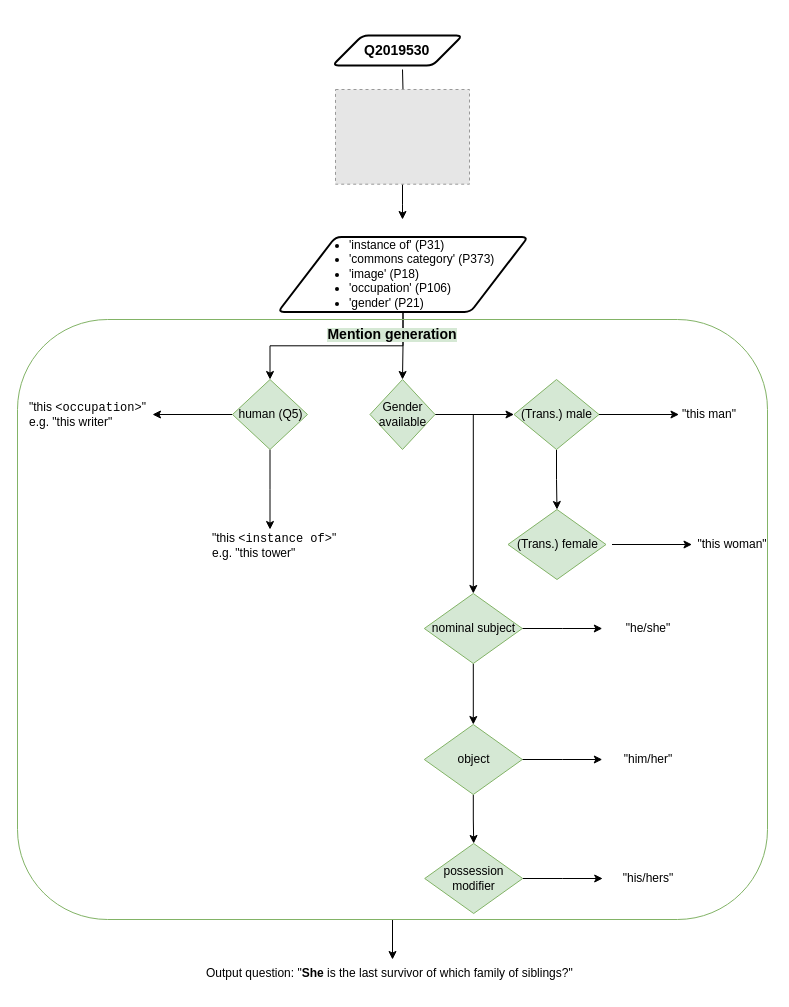
Above: figures/kilt2vqa_mentiong_gen.drawio in PaulLerner/ViQuAE (draw.io), before the change. Source tidied: cells renumbered, new cells numbered last; positions are measured from the earlier drawing's top-left corner, leaving out a move shared by most shapes. Both pictures are drawn from the tidied source at 100%, with x=0, y=0 at pixel (17, 35). Pictures stored in the file or linked from it are replaced by grey dashed boxes.
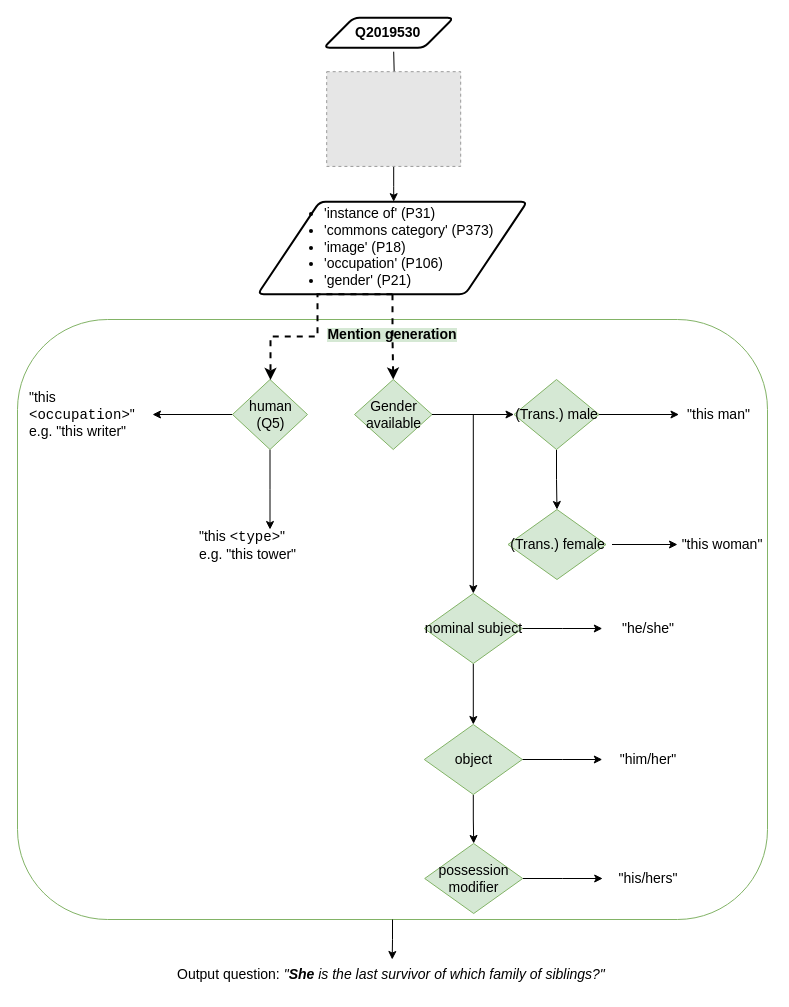
Above is the later version.

Change to the diagram source:
```diff
@@
+    <mxCell id="38" value="&lt;b&gt;&lt;span style=&quot;background-color: rgb(213 , 232 , 212)&quot;&gt;&lt;font style=&quot;font-size: 14px&quot;&gt;Mention generation&lt;/font&gt;&lt;/span&gt;&lt;/b&gt;" style="rounded=1;shape=rectangle;whiteSpace=wrap;html=1;backgroundOutline=1;strokeColor=#82b366;fillColor=none;horizontal=1;verticalAlign=top;" parent="1" vertex="1">
+      <mxGeometry y="284" width="750" height="600" as="geometry" />
+    </mxCell>
     <mxCell id="2" style="edgeStyle=orthogonalEdgeStyle;rounded=0;jettySize=auto;html=1;" parent="1" edge="1" target="5">
       <mxGeometry relative="1" as="geometry">
-        <mxPoint x="385" y="34" as="sourcePoint" />
+        <mxPoint x="376.2" y="16.2" as="sourcePoint" />
       </mxGeometry>
     </mxCell>
     <mxCell id="3" style="shape=parallelogram;html=1;strokeWidth=2;perimeter=parallelogramPerimeter;whiteSpace=wrap;rounded=1;arcSize=12;size=0.23;fillColor=#ffffff;" parent="1" vertex="1">
-      <mxGeometry x="315" width="130" height="30" as="geometry" />
+      <mxGeometry x="306.2" y="-17.8" width="130" height="30" as="geometry" />
     </mxCell>
     <mxCell id="4" style="edgeStyle=orthogonalEdgeStyle;rounded=0;jettySize=auto;html=1;" parent="1" edge="1" source="5">
       <mxGeometry relative="1" as="geometry">
-        <mxPoint x="385" y="184" as="targetPoint" />
+        <mxPoint x="376.2" y="166.2" as="targetPoint" />
       </mxGeometry>
     </mxCell>
     <mxCell id="5" style="fillColor=#E6E6E6;strokeColor=#999999;dashed=1;verticalLabelPosition=bottom;labelBackgroundColor=#ffffff;verticalAlign=top;" parent="1" vertex="1">
-      <mxGeometry x="318" y="54" width="134" height="94.7" as="geometry" />
+      <mxGeometry x="309.2" y="36.2" width="134" height="94.7" as="geometry" />
     </mxCell>
     <mxCell id="6" value="&lt;b&gt;&lt;font style=&quot;font-size: 14px&quot;&gt;Q2019530&lt;/font&gt;&lt;/b&gt;" style="text;whiteSpace=wrap;html=1;" parent="1" vertex="1">
-      <mxGeometry x="345" width="80" height="30" as="geometry" />
+      <mxGeometry x="336.2" y="-17.8" width="80" height="30" as="geometry" />
     </mxCell>
@@
-    <mxCell id="9" value="(Trans.) male" style="shape=rhombus;html=1;dashed=0;whitespace=wrap;perimeter=rhombusPerimeter;fillColor=#d5e8d4;strokeColor=#82b366;" parent="1" vertex="1">
+    <mxCell id="9" value="(Trans.) male" style="shape=rhombus;html=1;dashed=0;whitespace=wrap;perimeter=rhombusPerimeter;fillColor=#d5e8d4;strokeColor=#82b366;fontSize=14;" parent="1" vertex="1">
       <mxGeometry x="496.5" y="344" width="85" height="70" as="geometry" />
     </mxCell>
-    <mxCell id="10" value="(Trans.) female" style="shape=rhombus;html=1;dashed=0;whitespace=wrap;perimeter=rhombusPerimeter;fillColor=#d5e8d4;strokeColor=#82b366;" parent="1" vertex="1">
+    <mxCell id="10" value="(Trans.) female" style="shape=rhombus;html=1;dashed=0;whitespace=wrap;perimeter=rhombusPerimeter;fillColor=#d5e8d4;strokeColor=#82b366;fontSize=14;" parent="1" vertex="1">
       <mxGeometry x="490.5" y="474" width="98" height="70" as="geometry" />
     </mxCell>
@@
-    <mxCell id="13" value="nominal subject" style="shape=rhombus;html=1;dashed=0;whitespace=wrap;perimeter=rhombusPerimeter;fillColor=#d5e8d4;strokeColor=#82b366;" parent="1" vertex="1">
+    <mxCell id="13" value="nominal subject" style="shape=rhombus;html=1;dashed=0;whitespace=wrap;perimeter=rhombusPerimeter;fillColor=#d5e8d4;strokeColor=#82b366;fontSize=14;" parent="1" vertex="1">
       <mxGeometry x="406.8" y="558" width="98" height="70" as="geometry" />
     </mxCell>
@@
-    <mxCell id="16" value="object" style="shape=rhombus;html=1;dashed=0;whitespace=wrap;perimeter=rhombusPerimeter;fillColor=#d5e8d4;strokeColor=#82b366;" parent="1" vertex="1">
+    <mxCell id="16" value="object" style="shape=rhombus;html=1;dashed=0;whitespace=wrap;perimeter=rhombusPerimeter;fillColor=#d5e8d4;strokeColor=#82b366;fontSize=14;" parent="1" vertex="1">
       <mxGeometry x="406.8" y="689" width="98" height="70" as="geometry" />
     </mxCell>
@@
-    <mxCell id="18" value="possession &lt;br&gt;modifier" style="shape=rhombus;html=1;dashed=0;whitespace=wrap;perimeter=rhombusPerimeter;fillColor=#d5e8d4;strokeColor=#82b366;" parent="1" vertex="1">
+    <mxCell id="18" value="possession &lt;br style=&quot;font-size: 14px;&quot;&gt;modifier" style="shape=rhombus;html=1;dashed=0;whitespace=wrap;perimeter=rhombusPerimeter;fillColor=#d5e8d4;strokeColor=#82b366;fontSize=14;" parent="1" vertex="1">
       <mxGeometry x="407.2" y="808" width="98" height="70" as="geometry" />
     </mxCell>
-    <mxCell id="19" value="&quot;this man&quot;" style="text;html=1;strokeColor=none;fillColor=none;align=center;verticalAlign=middle;whiteSpace=wrap;rounded=0;" parent="1" vertex="1">
-      <mxGeometry x="661.5" y="369" width="60" height="20" as="geometry" />
+    <mxCell id="19" value="&quot;this man&quot;" style="text;html=1;strokeColor=none;fillColor=none;align=center;verticalAlign=middle;whiteSpace=wrap;rounded=0;fontSize=14;" parent="1" vertex="1">
+      <mxGeometry x="661.5" y="369" width="78.5" height="20" as="geometry" />
     </mxCell>
     <mxCell id="20" style="edgeStyle=orthogonalEdgeStyle;rounded=0;orthogonalLoop=1;jettySize=auto;html=1;" parent="1" edge="1">
       <mxGeometry relative="1" as="geometry">
         <mxPoint x="594.5" y="509" as="sourcePoint" />
-        <mxPoint x="674.5" y="509" as="targetPoint" />
+        <mxPoint x="660" y="509" as="targetPoint" />
       </mxGeometry>
     </mxCell>
-    <mxCell id="21" value="&quot;this woman&quot;" style="text;html=1;strokeColor=none;fillColor=none;align=center;verticalAlign=middle;whiteSpace=wrap;rounded=0;" parent="1" vertex="1">
-      <mxGeometry x="674.5" y="499" width="80" height="20" as="geometry" />
+    <mxCell id="21" value="&quot;this woman&quot;" style="text;html=1;strokeColor=none;fillColor=none;align=center;verticalAlign=middle;whiteSpace=wrap;rounded=0;fontSize=14;" parent="1" vertex="1">
+      <mxGeometry x="661.5" y="499" width="85.5" height="20" as="geometry" />
     </mxCell>
-    <mxCell id="22" value="&quot;he/she&quot;" style="text;html=1;strokeColor=none;fillColor=none;align=center;verticalAlign=middle;whiteSpace=wrap;rounded=0;" parent="1" vertex="1">
+    <mxCell id="22" value="&quot;he/she&quot;" style="text;html=1;strokeColor=none;fillColor=none;align=center;verticalAlign=middle;whiteSpace=wrap;rounded=0;fontSize=14;" parent="1" vertex="1">
       <mxGeometry x="591.2" y="583" width="80" height="20" as="geometry" />
     </mxCell>
@@
-    <mxCell id="25" value="Gender &lt;br&gt;available" style="shape=rhombus;html=1;dashed=0;whitespace=wrap;perimeter=rhombusPerimeter;fillColor=#d5e8d4;strokeColor=#82b366;" parent="1" vertex="1">
-      <mxGeometry x="352.5" y="344" width="65" height="70" as="geometry" />
+    <mxCell id="25" value="Gender &lt;br style=&quot;font-size: 14px;&quot;&gt;available" style="shape=rhombus;html=1;dashed=0;whitespace=wrap;perimeter=rhombusPerimeter;fillColor=#d5e8d4;strokeColor=#82b366;fontSize=14;" parent="1" vertex="1">
+      <mxGeometry x="337" y="344" width="77.5" height="70" as="geometry" />
     </mxCell>
-    <mxCell id="26" value="&quot;him/her&quot;" style="text;html=1;strokeColor=none;fillColor=none;align=center;verticalAlign=middle;whiteSpace=wrap;rounded=0;" parent="1" vertex="1">
+    <mxCell id="26" value="&quot;him/her&quot;" style="text;html=1;strokeColor=none;fillColor=none;align=center;verticalAlign=middle;whiteSpace=wrap;rounded=0;fontSize=14;" parent="1" vertex="1">
       <mxGeometry x="591.2" y="714" width="80" height="20" as="geometry" />
     </mxCell>
-    <mxCell id="27" value="&quot;his/hers&quot;" style="text;html=1;strokeColor=none;fillColor=none;align=center;verticalAlign=middle;whiteSpace=wrap;rounded=0;" parent="1" vertex="1">
+    <mxCell id="27" value="&quot;his/hers&quot;" style="text;html=1;strokeColor=none;fillColor=none;align=center;verticalAlign=middle;whiteSpace=wrap;rounded=0;fontSize=14;" parent="1" vertex="1">
       <mxGeometry x="591.2" y="833" width="80" height="20" as="geometry" />
     </mxCell>
@@
-    <mxCell id="30" value="human (Q5)" style="shape=rhombus;html=1;dashed=0;whitespace=wrap;perimeter=rhombusPerimeter;fillColor=#d5e8d4;strokeColor=#82b366;" parent="1" vertex="1">
+    <mxCell id="30" value="human &lt;br&gt;(Q5)" style="shape=rhombus;html=1;dashed=0;whitespace=wrap;perimeter=rhombusPerimeter;fillColor=#d5e8d4;strokeColor=#82b366;fontSize=14;" parent="1" vertex="1">
       <mxGeometry x="215" y="344" width="75" height="70" as="geometry" />
     </mxCell>
-    <mxCell id="31" style="edgeStyle=orthogonalEdgeStyle;rounded=0;jettySize=auto;html=1;" parent="1" edge="1" source="33" target="25">
-      <mxGeometry relative="1" as="geometry" />
-    </mxCell>
-    <mxCell id="32" style="edgeStyle=orthogonalEdgeStyle;rounded=0;jettySize=auto;html=1;entryX=0.5;entryY=0;entryDx=0;entryDy=0;" parent="1" edge="1" source="33" target="30">
-      <mxGeometry relative="1" as="geometry" />
-    </mxCell>
-    <mxCell id="33" style="shape=parallelogram;html=1;strokeWidth=2;perimeter=parallelogramPerimeter;whiteSpace=wrap;rounded=1;arcSize=12;size=0.23;fillColor=#ffffff;" parent="1" vertex="1">
-      <mxGeometry x="260.5" y="201.5" width="250" height="75" as="geometry" />
-    </mxCell>
-    <mxCell id="34" value="&lt;ul&gt;&lt;li&gt;&lt;span class=&quot;pl-c&quot;&gt;'instance of' (P31)&lt;/span&gt;&lt;/li&gt;&lt;li&gt;'commons category' (P373)&lt;/li&gt;&lt;li&gt;'image' (P18)&lt;/li&gt;&lt;li&gt;'occupation' (P106)&lt;/li&gt;&lt;li&gt;'gender' (P21)&lt;/li&gt;&lt;/ul&gt;" style="text;whiteSpace=wrap;html=1;" parent="1" vertex="1">
-      <mxGeometry x="290" y="184" width="210" height="80" as="geometry" />
-    </mxCell>
-    <mxCell id="35" value="&quot;this &lt;font face=&quot;Courier New&quot;&gt;&amp;lt;instance of&amp;gt;&lt;/font&gt;&quot;&lt;br&gt;e.g. &quot;this tower&quot;" style="text;html=1;strokeColor=none;fillColor=none;align=left;verticalAlign=middle;whiteSpace=wrap;rounded=0;" parent="1" vertex="1">
-      <mxGeometry x="192.5" y="500" width="137.5" height="20" as="geometry" />
+    <mxCell id="35" value="&quot;this &lt;font face=&quot;Courier New&quot; style=&quot;font-size: 14px&quot;&gt;&amp;lt;type&amp;gt;&lt;/font&gt;&quot;&lt;br style=&quot;font-size: 14px&quot;&gt;e.g. &quot;this tower&quot;" style="text;html=1;strokeColor=none;fillColor=none;align=left;verticalAlign=middle;whiteSpace=wrap;rounded=0;fontSize=14;" parent="1" vertex="1">
+      <mxGeometry x="180" y="500" width="150" height="20" as="geometry" />
     </mxCell>
-    <mxCell id="36" value="&quot;this &lt;font face=&quot;Courier New&quot;&gt;&amp;lt;occupation&amp;gt;&lt;/font&gt;&quot;&lt;br&gt;e.g. &quot;this writer&quot;" style="text;html=1;strokeColor=none;fillColor=none;align=left;verticalAlign=middle;whiteSpace=wrap;rounded=0;" parent="1" vertex="1">
+    <mxCell id="36" value="&quot;this &lt;font face=&quot;Courier New&quot; style=&quot;font-size: 14px;&quot;&gt;&amp;lt;occupation&amp;gt;&lt;/font&gt;&quot;&lt;br style=&quot;font-size: 14px;&quot;&gt;e.g. &quot;this writer&quot;" style="text;html=1;strokeColor=none;fillColor=none;align=left;verticalAlign=middle;whiteSpace=wrap;rounded=0;fontSize=14;" parent="1" vertex="1">
       <mxGeometry x="10" y="369" width="137.5" height="20" as="geometry" />
     </mxCell>
@@
-    <mxCell id="38" value="&lt;b&gt;&lt;span style=&quot;background-color: rgb(213 , 232 , 212)&quot;&gt;&lt;font style=&quot;font-size: 14px&quot;&gt;Mention generation&lt;/font&gt;&lt;/span&gt;&lt;/b&gt;" style="rounded=1;shape=rectangle;whiteSpace=wrap;html=1;backgroundOutline=1;strokeColor=#82b366;fillColor=none;horizontal=1;verticalAlign=top;" parent="1" vertex="1">
-      <mxGeometry y="284" width="750" height="600" as="geometry" />
-    </mxCell>
-    <mxCell id="39" value="Output question: &quot;&lt;b&gt;She&lt;/b&gt; is the last survivor of which family of siblings?&quot;" style="text;whiteSpace=wrap;html=1;" parent="1" vertex="1">
-      <mxGeometry x="187" y="924" width="376" height="30" as="geometry" />
+    <mxCell id="39" value="&lt;font style=&quot;font-size: 14px&quot;&gt;Output question: &lt;i&gt;&quot;&lt;b&gt;She&lt;/b&gt; is the last survivor of which family of siblings?&quot;&lt;/i&gt;&lt;/font&gt;" style="text;whiteSpace=wrap;html=1;" parent="1" vertex="1">
+      <mxGeometry x="158.2" y="924" width="433" height="30" as="geometry" />
     </mxCell>
+    <mxCell id="40" style="edgeStyle=orthogonalEdgeStyle;rounded=0;jettySize=auto;html=1;fontSize=14;entryX=0.5;entryY=0;entryDx=0;entryDy=0;dashed=1;strokeWidth=2;" parent="1" edge="1" source="42" target="25">
+      <mxGeometry relative="1" as="geometry" />
+    </mxCell>
+    <mxCell id="34" value="&lt;ul style=&quot;font-size: 14px&quot;&gt;&lt;li&gt;&lt;span class=&quot;pl-c&quot;&gt;'instance of' (P31)&lt;/span&gt;&lt;/li&gt;&lt;li&gt;'commons category' (P373)&lt;/li&gt;&lt;li&gt;'image' (P18)&lt;/li&gt;&lt;li&gt;'occupation' (P106)&lt;/li&gt;&lt;li&gt;'gender' (P21)&lt;/li&gt;&lt;/ul&gt;" style="text;whiteSpace=wrap;html=1;" parent="1" vertex="1">
+      <mxGeometry x="265.2" y="148.7" width="230" height="80" as="geometry" />
+    </mxCell>
+    <mxCell id="41" style="edgeStyle=orthogonalEdgeStyle;rounded=0;jettySize=auto;html=1;fontSize=14;exitX=0.5;exitY=1;exitDx=0;exitDy=0;dashed=1;strokeWidth=2;" parent="1" edge="1" source="42" target="30">
+      <mxGeometry relative="1" as="geometry">
+        <Array as="points">
+          <mxPoint x="300" y="259" />
+          <mxPoint x="300" y="301" />
+          <mxPoint x="253" y="301" />
+        </Array>
+      </mxGeometry>
+    </mxCell>
+    <mxCell id="42" style="shape=parallelogram;html=1;strokeWidth=2;perimeter=parallelogramPerimeter;whiteSpace=wrap;rounded=1;arcSize=12;size=0.23;fillColor=none;" parent="1" vertex="1">
+      <mxGeometry x="240.2" y="166.2" width="269.5" height="92.5" as="geometry" />
+    </mxCell>
```
